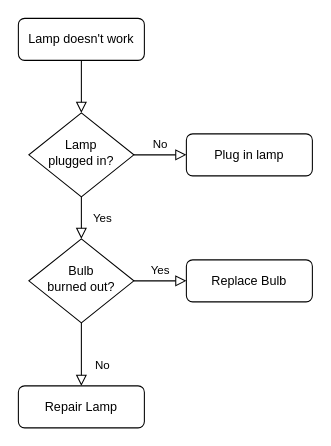
This is fluxo1.drawio from guitsx/teste, a draw.io file, before an edit. Source tidied: cells renumbered, new cells numbered last; positions are measured from the earlier drawing's top-left corner, leaving out a move shared by most shapes. Both pictures are drawn from the tidied source at 105%, with x=0, y=0 at pixel (18, 18).
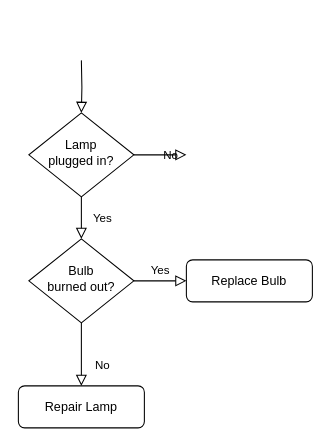
The same page after the edit.

Diff of the diagram source:
```diff
@@
 <mxGraphModel>
   <root>
     <mxCell id="0" />
     <mxCell id="1" parent="0" />
-    <mxCell id="2" style="rounded=0;html=1;jettySize=auto;fontSize=11;endArrow=block;endFill=0;endSize=8;strokeWidth=1;shadow=0;labelBackgroundColor=none;edgeStyle=orthogonalEdgeStyle;" parent="1" edge="1" source="3" target="6">
-      <mxGeometry relative="1" as="geometry" />
+    <mxCell id="2" style="rounded=0;html=1;jettySize=auto;fontSize=11;endArrow=block;endFill=0;endSize=8;strokeWidth=1;shadow=0;labelBackgroundColor=none;edgeStyle=orthogonalEdgeStyle;" parent="1" edge="1" target="6">
+      <mxGeometry relative="1" as="geometry">
+        <mxPoint x="60" y="40" as="sourcePoint" />
+      </mxGeometry>
     </mxCell>
-    <mxCell id="3" value="Lamp doesn't work" style="rounded=1;whiteSpace=wrap;html=1;fontSize=12;glass=0;strokeWidth=1;shadow=0;" parent="1" vertex="1">
-      <mxGeometry width="120" height="40" as="geometry" />
-    </mxCell>
     <mxCell id="4" value="Yes" style="rounded=0;html=1;jettySize=auto;fontSize=11;endArrow=block;endFill=0;endSize=8;strokeWidth=1;shadow=0;labelBackgroundColor=none;edgeStyle=orthogonalEdgeStyle;" parent="1" edge="1" source="6" target="10">
       <mxGeometry y="20" relative="1" as="geometry" />
     </mxCell>
-    <mxCell id="5" value="No" style="edgeStyle=orthogonalEdgeStyle;rounded=0;html=1;jettySize=auto;fontSize=11;endArrow=block;endFill=0;endSize=8;strokeWidth=1;shadow=0;labelBackgroundColor=none;" parent="1" edge="1" source="6" target="7">
-      <mxGeometry y="10" relative="1" as="geometry" />
+    <mxCell id="5" value="No" style="edgeStyle=orthogonalEdgeStyle;rounded=0;html=1;jettySize=auto;fontSize=11;endArrow=block;endFill=0;endSize=8;strokeWidth=1;shadow=0;labelBackgroundColor=none;" parent="1" edge="1" source="6">
+      <mxGeometry y="10" relative="1" as="geometry">
+        <mxPoint x="160" y="130" as="targetPoint" />
+      </mxGeometry>
     </mxCell>
     <mxCell id="6" value="Lamp&lt;br&gt;plugged in?" style="rhombus;whiteSpace=wrap;html=1;shadow=0;fontFamily=Helvetica;fontSize=12;align=center;strokeWidth=1;spacing=6;spacingTop=-4;" parent="1" vertex="1">
       <mxGeometry x="10" y="90" width="100" height="80" as="geometry" />
     </mxCell>
-    <mxCell id="7" value="Plug in lamp" style="rounded=1;whiteSpace=wrap;html=1;fontSize=12;glass=0;strokeWidth=1;shadow=0;" parent="1" vertex="1">
-      <mxGeometry x="160" y="110" width="120" height="40" as="geometry" />
-    </mxCell>
     <mxCell id="8" value="No" style="rounded=0;html=1;jettySize=auto;fontSize=11;endArrow=block;endFill=0;endSize=8;strokeWidth=1;shadow=0;labelBackgroundColor=none;edgeStyle=orthogonalEdgeStyle;" parent="1" edge="1" source="10" target="11">
       <mxGeometry x="0.33" y="20" relative="1" as="geometry" />
     </mxCell>
     <mxCell id="9" value="Yes" style="edgeStyle=orthogonalEdgeStyle;rounded=0;html=1;jettySize=auto;fontSize=11;endArrow=block;endFill=0;endSize=8;strokeWidth=1;shadow=0;labelBackgroundColor=none;" parent="1" edge="1" source="10" target="12">
       <mxGeometry y="10" relative="1" as="geometry" />
     </mxCell>
     <mxCell id="10" value="Bulb&lt;br&gt;burned out?" style="rhombus;whiteSpace=wrap;html=1;shadow=0;fontFamily=Helvetica;fontSize=12;align=center;strokeWidth=1;spacing=6;spacingTop=-4;" parent="1" vertex="1">
       <mxGeometry x="10" y="210" width="100" height="80" as="geometry" />
     </mxCell>
     <mxCell id="11" value="Repair Lamp" style="rounded=1;whiteSpace=wrap;html=1;fontSize=12;glass=0;strokeWidth=1;shadow=0;" parent="1" vertex="1">
       <mxGeometry y="350" width="120" height="40" as="geometry" />
     </mxCell>
     <mxCell id="12" value="Replace Bulb" style="rounded=1;whiteSpace=wrap;html=1;fontSize=12;glass=0;strokeWidth=1;shadow=0;" parent="1" vertex="1">
       <mxGeometry x="160" y="230" width="120" height="40" as="geometry" />
     </mxCell>
   </root>
 </mxGraphModel>
```
